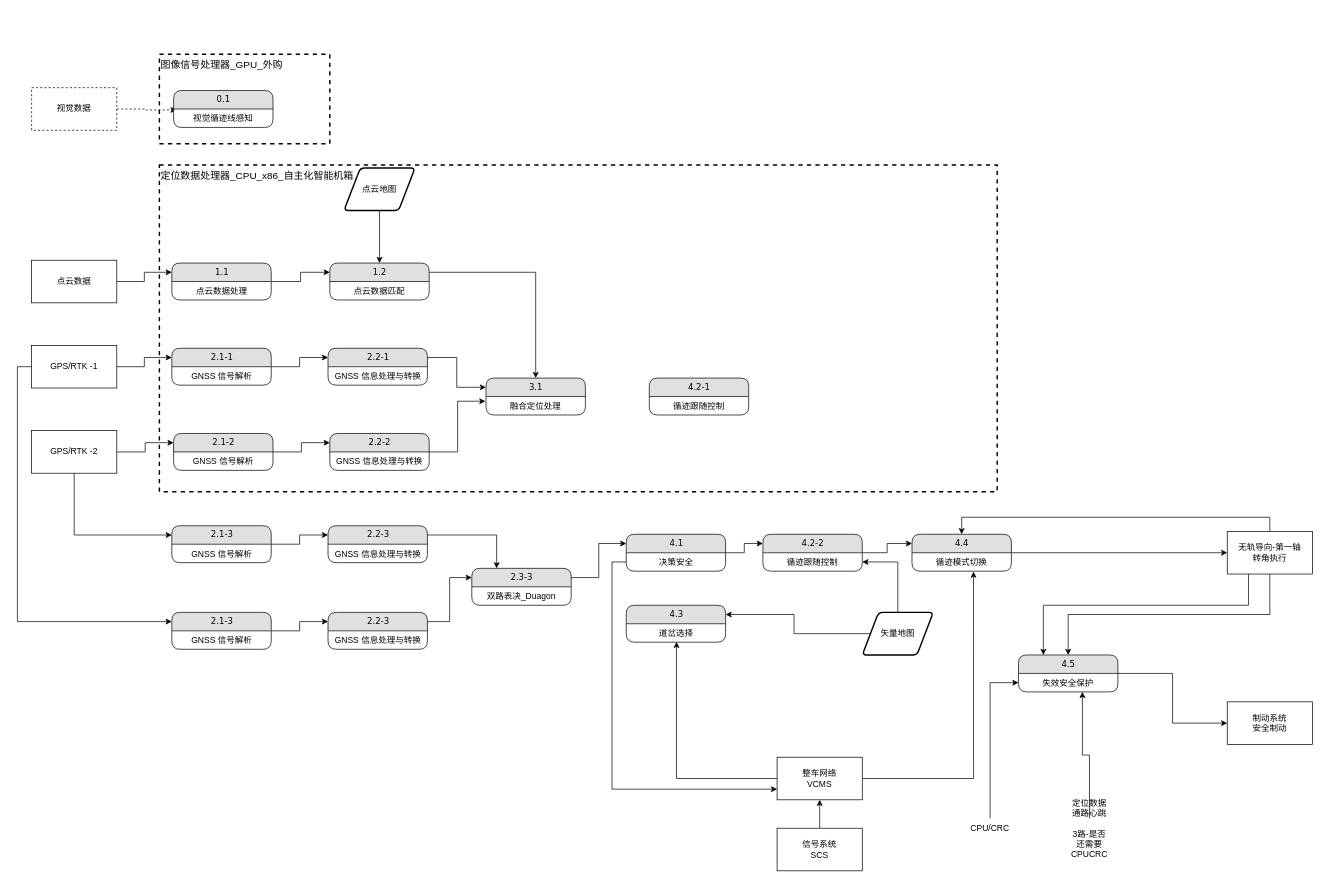
Earlier version of the draw.io diagram page "数据流" (2 of 2) of 马来循迹控制_SIL2方案.drawio (FrankWong-cs/SharingwithColleagues). Source tidied: cells renumbered, new cells numbered last; positions are measured from the earlier drawing's top-left corner, leaving out a move shared by most shapes. Both pictures are drawn from the tidied source at 71%, with x=0, y=0 at pixel (31, 54).
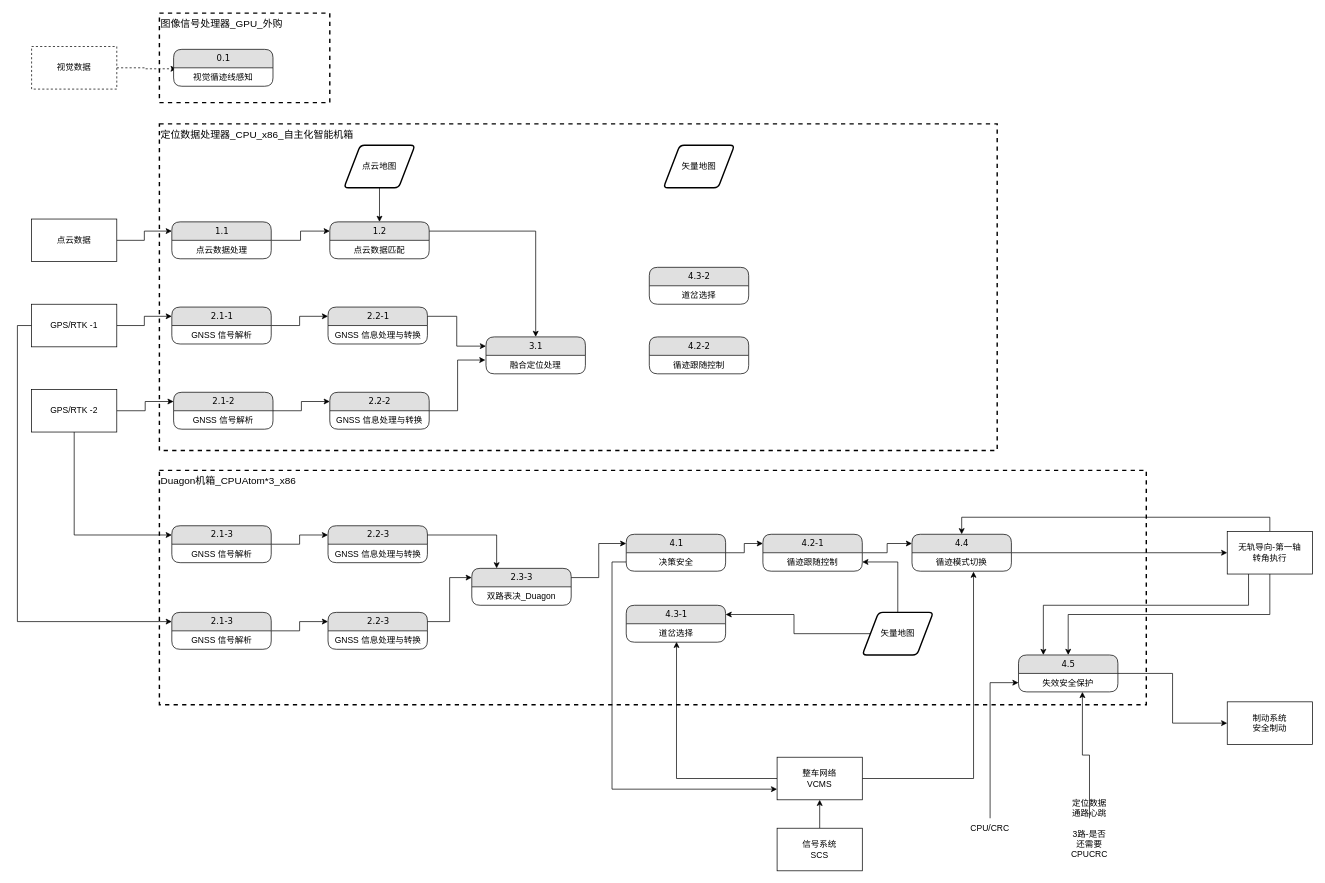
After the change.

The edit, as a diff of the source:
```diff
@@
     <mxCell id="2" value="图像信号处理器_GPU_外购" style="rounded=0;whiteSpace=wrap;html=1;fillColor=none;dashed=1;strokeWidth=2;align=left;verticalAlign=top;fontSize=14;" parent="1" vertex="1">
-      <mxGeometry x="180" width="240" height="126" as="geometry" />
+      <mxGeometry x="180" y="-58" width="240" height="126" as="geometry" />
     </mxCell>
     <mxCell id="3" value="定位数据处理器_CPU_x86_自主化智能机箱" style="rounded=0;whiteSpace=wrap;html=1;fillColor=none;dashed=1;strokeWidth=2;align=left;verticalAlign=top;fontSize=14;" parent="1" vertex="1">
-      <mxGeometry x="180" y="156" width="1180" height="460" as="geometry" />
+      <mxGeometry x="180" y="98" width="1180" height="460" as="geometry" />
     </mxCell>
@@
     <mxCell id="5" value="点云数据" style="rounded=0;whiteSpace=wrap;html=1;" parent="1" vertex="1">
-      <mxGeometry y="290" width="120" height="60" as="geometry" />
+      <mxGeometry y="232" width="120" height="60" as="geometry" />
     </mxCell>
@@
     <mxCell id="8" value="GPS/RTK -1" style="rounded=0;whiteSpace=wrap;html=1;" parent="1" vertex="1">
-      <mxGeometry y="410" width="120" height="60" as="geometry" />
+      <mxGeometry y="352" width="120" height="60" as="geometry" />
     </mxCell>
@@
     <mxCell id="11" value="GPS/RTK -2" style="rounded=0;whiteSpace=wrap;html=1;" parent="1" vertex="1">
-      <mxGeometry y="530" width="120" height="60" as="geometry" />
+      <mxGeometry y="472" width="120" height="60" as="geometry" />
     </mxCell>
@@
     <mxCell id="13" value="视觉数据" style="rounded=0;whiteSpace=wrap;html=1;dashed=1;" parent="1" vertex="1">
-      <mxGeometry y="47" width="120" height="60" as="geometry" />
+      <mxGeometry y="-11" width="120" height="60" as="geometry" />
     </mxCell>
@@
     <mxCell id="19" value="0.1" style="swimlane;html=1;fontStyle=0;horizontal=1;startSize=26;fillColor=#e0e0e0;swimlaneFillColor=#ffffff;align=center;rounded=1;shadow=0;comic=0;labelBackgroundColor=none;strokeWidth=1;fontFamily=Verdana;fontSize=12;" parent="1" vertex="1">
-      <mxGeometry x="200" y="51" width="140" height="52" as="geometry" />
+      <mxGeometry x="200" y="-7" width="140" height="52" as="geometry" />
     </mxCell>
@@
     <mxCell id="23" value="1.1" style="swimlane;html=1;fontStyle=0;horizontal=1;startSize=26;fillColor=#e0e0e0;swimlaneFillColor=#ffffff;align=center;rounded=1;shadow=0;comic=0;labelBackgroundColor=none;strokeWidth=1;fontFamily=Verdana;fontSize=12;" parent="1" vertex="1">
-      <mxGeometry x="197.5" y="294" width="140" height="52" as="geometry" />
+      <mxGeometry x="197.5" y="236" width="140" height="52" as="geometry" />
     </mxCell>
@@
     <mxCell id="26" value="2.1-1" style="swimlane;html=1;fontStyle=0;horizontal=1;startSize=26;fillColor=#e0e0e0;swimlaneFillColor=#ffffff;align=center;rounded=1;shadow=0;comic=0;labelBackgroundColor=none;strokeWidth=1;fontFamily=Verdana;fontSize=12;" parent="1" vertex="1">
-      <mxGeometry x="197.5" y="414" width="140" height="52" as="geometry" />
+      <mxGeometry x="197.5" y="356" width="140" height="52" as="geometry" />
     </mxCell>
@@
     <mxCell id="29" value="1.2" style="swimlane;html=1;fontStyle=0;horizontal=1;startSize=26;fillColor=#e0e0e0;swimlaneFillColor=#ffffff;align=center;rounded=1;shadow=0;comic=0;labelBackgroundColor=none;strokeWidth=1;fontFamily=Verdana;fontSize=12;" parent="1" vertex="1">
-      <mxGeometry x="420" y="294" width="140" height="52" as="geometry" />
+      <mxGeometry x="420" y="236" width="140" height="52" as="geometry" />
     </mxCell>
@@
     <mxCell id="32" value="2.2-1" style="swimlane;html=1;fontStyle=0;horizontal=1;startSize=26;fillColor=#e0e0e0;swimlaneFillColor=#ffffff;align=center;rounded=1;shadow=0;comic=0;labelBackgroundColor=none;strokeWidth=1;fontFamily=Verdana;fontSize=12;" parent="1" vertex="1">
-      <mxGeometry x="417.5" y="414" width="140" height="52" as="geometry" />
+      <mxGeometry x="417.5" y="356" width="140" height="52" as="geometry" />
     </mxCell>
@@
     <mxCell id="34" value="3.1" style="swimlane;html=1;fontStyle=0;horizontal=1;startSize=26;fillColor=#e0e0e0;swimlaneFillColor=#ffffff;align=center;rounded=1;shadow=0;comic=0;labelBackgroundColor=none;strokeWidth=1;fontFamily=Verdana;fontSize=12;" parent="1" vertex="1">
-      <mxGeometry x="640" y="456" width="140" height="52" as="geometry" />
+      <mxGeometry x="640" y="398" width="140" height="52" as="geometry" />
     </mxCell>
@@
     <mxCell id="37" value="2.1-2" style="swimlane;html=1;fontStyle=0;horizontal=1;startSize=26;fillColor=#e0e0e0;swimlaneFillColor=#ffffff;align=center;rounded=1;shadow=0;comic=0;labelBackgroundColor=none;strokeWidth=1;fontFamily=Verdana;fontSize=12;" parent="1" vertex="1">
-      <mxGeometry x="200" y="534" width="140" height="52" as="geometry" />
+      <mxGeometry x="200" y="476" width="140" height="52" as="geometry" />
     </mxCell>
@@
     <mxCell id="40" value="2.2-2" style="swimlane;html=1;fontStyle=0;horizontal=1;startSize=26;fillColor=#e0e0e0;swimlaneFillColor=#ffffff;align=center;rounded=1;shadow=0;comic=0;labelBackgroundColor=none;strokeWidth=1;fontFamily=Verdana;fontSize=12;" parent="1" vertex="1">
-      <mxGeometry x="420" y="534" width="140" height="52" as="geometry" />
+      <mxGeometry x="420" y="476" width="140" height="52" as="geometry" />
     </mxCell>
@@
-    <mxCell id="45" value="4.2-2" style="swimlane;html=1;fontStyle=0;horizontal=1;startSize=26;fillColor=#e0e0e0;swimlaneFillColor=#ffffff;align=center;rounded=1;shadow=0;comic=0;labelBackgroundColor=none;strokeWidth=1;fontFamily=Verdana;fontSize=12;" parent="1" vertex="1">
+    <mxCell id="45" value="4.2-1" style="swimlane;html=1;fontStyle=0;horizontal=1;startSize=26;fillColor=#e0e0e0;swimlaneFillColor=#ffffff;align=center;rounded=1;shadow=0;comic=0;labelBackgroundColor=none;strokeWidth=1;fontFamily=Verdana;fontSize=12;" parent="1" vertex="1">
       <mxGeometry x="1030" y="676" width="140" height="52" as="geometry" />
     </mxCell>
@@
-    <mxCell id="47" value="4.3" style="swimlane;html=1;fontStyle=0;horizontal=1;startSize=26;fillColor=#e0e0e0;swimlaneFillColor=#ffffff;align=center;rounded=1;shadow=0;comic=0;labelBackgroundColor=none;strokeWidth=1;fontFamily=Verdana;fontSize=12;" parent="1" vertex="1">
+    <mxCell id="47" value="4.3-1" style="swimlane;html=1;fontStyle=0;horizontal=1;startSize=26;fillColor=#e0e0e0;swimlaneFillColor=#ffffff;align=center;rounded=1;shadow=0;comic=0;labelBackgroundColor=none;strokeWidth=1;fontFamily=Verdana;fontSize=12;" parent="1" vertex="1">
       <mxGeometry x="837.5" y="776" width="140" height="52" as="geometry" />
     </mxCell>
@@
     <mxCell id="64" value="点云地图" style="shape=parallelogram;html=1;strokeWidth=2;perimeter=parallelogramPerimeter;whiteSpace=wrap;rounded=1;arcSize=12;size=0.23;" parent="1" vertex="1">
-      <mxGeometry x="440" y="160" width="100" height="60" as="geometry" />
+      <mxGeometry x="440" y="128" width="100" height="60" as="geometry" />
     </mxCell>
@@
-    <mxCell id="86" value="4.2-1" style="swimlane;html=1;fontStyle=0;horizontal=1;startSize=26;fillColor=#e0e0e0;swimlaneFillColor=#ffffff;align=center;rounded=1;shadow=0;comic=0;labelBackgroundColor=none;strokeWidth=1;fontFamily=Verdana;fontSize=12;" parent="1" vertex="1">
-      <mxGeometry x="870" y="456" width="140" height="52" as="geometry" />
+    <mxCell id="86" value="4.2-2" style="swimlane;html=1;fontStyle=0;horizontal=1;startSize=26;fillColor=#e0e0e0;swimlaneFillColor=#ffffff;align=center;rounded=1;shadow=0;comic=0;labelBackgroundColor=none;strokeWidth=1;fontFamily=Verdana;fontSize=12;" parent="1" vertex="1">
+      <mxGeometry x="870" y="398" width="140" height="52" as="geometry" />
     </mxCell>
@@
+    <mxCell id="88" value="4.3-2" style="swimlane;html=1;fontStyle=0;horizontal=1;startSize=26;fillColor=#e0e0e0;swimlaneFillColor=#ffffff;align=center;rounded=1;shadow=0;comic=0;labelBackgroundColor=none;strokeWidth=1;fontFamily=Verdana;fontSize=12;" parent="1" vertex="1">
+      <mxGeometry x="870" y="300" width="140" height="52" as="geometry" />
+    </mxCell>
+    <mxCell id="89" value="道岔选择" style="text;html=1;strokeColor=none;fillColor=none;spacingLeft=4;spacingRight=4;whiteSpace=wrap;overflow=hidden;align=center;" parent="88" vertex="1">
+      <mxGeometry y="26" width="140" height="26" as="geometry" />
+    </mxCell>
+    <mxCell id="90" value="矢量地图" style="shape=parallelogram;html=1;strokeWidth=2;perimeter=parallelogramPerimeter;whiteSpace=wrap;rounded=1;arcSize=12;size=0.23;" parent="1" vertex="1">
+      <mxGeometry x="890" y="128" width="100" height="60" as="geometry" />
+    </mxCell>
+    <mxCell id="91" value="Duagon机箱_CPUAtom*3_x86" style="rounded=0;whiteSpace=wrap;html=1;fillColor=none;dashed=1;strokeWidth=2;align=left;verticalAlign=top;fontSize=14;" parent="1" vertex="1">
+      <mxGeometry x="180" y="586" width="1390" height="330" as="geometry" />
+    </mxCell>
```
